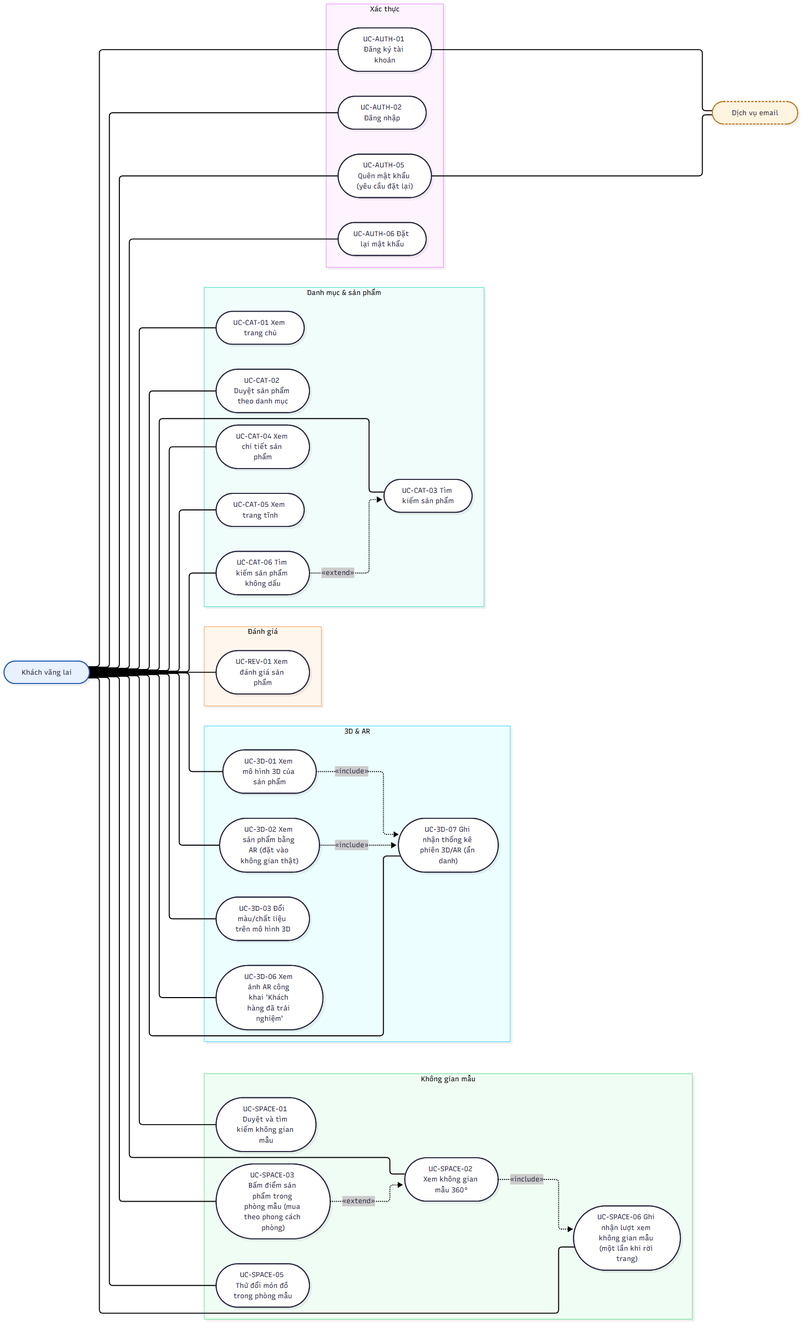
The Mermaid diagram docs/diagrams/png/usecase_khach-vang-lai.png in 2431540234-arch/XDUDTMDT, before a commit. Its source is kept beside it as docs/diagrams/src/usecase_khach-vang-lai.mmd.
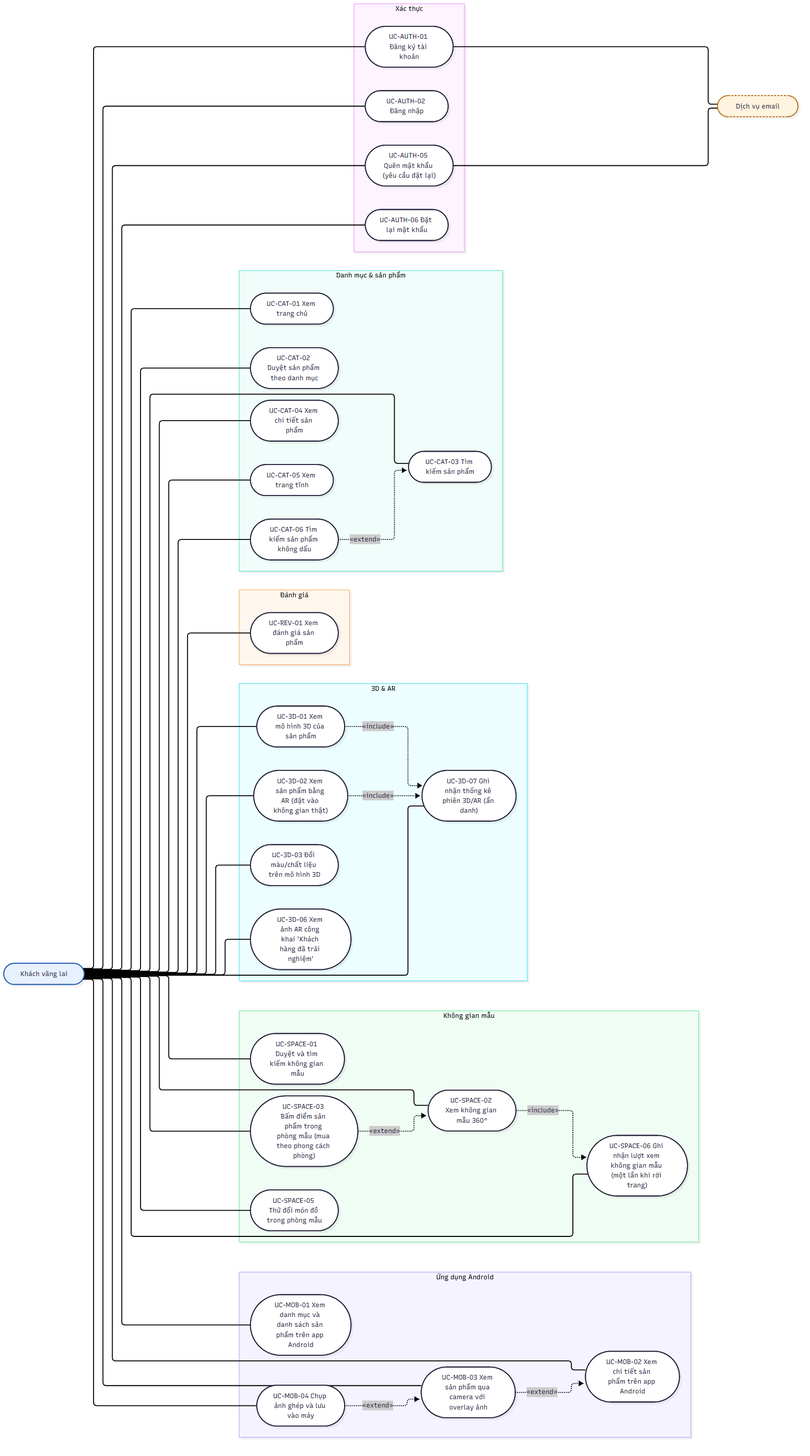
Later version of the same file.

Change to the diagram source:
```diff
@@ -32,6 +32,12 @@
         UC_SPACE_05(["UC-SPACE-05 Thử đổi món đồ trong phòng mẫu"])
         UC_SPACE_06(["UC-SPACE-06 Ghi nhận lượt xem không gian mẫu (một lần khi rời trang)"])
     end
+    subgraph SG_MOB["Ứng dụng Android"]
+        UC_MOB_01(["UC-MOB-01 Xem danh mục và danh sách sản phẩm trên app Android"])
+        UC_MOB_02(["UC-MOB-02 Xem chi tiết sản phẩm trên app Android"])
+        UC_MOB_03(["UC-MOB-03 Xem sản phẩm qua camera với overlay ảnh"])
+        UC_MOB_04(["UC-MOB-04 Chụp ảnh ghép và lưu vào máy"])
+    end
     K --- UC_AUTH_01
     K --- UC_AUTH_02
     K --- UC_AUTH_05
@@ -53,6 +59,10 @@
     K --- UC_SPACE_03
     K --- UC_SPACE_05
     K --- UC_SPACE_06
+    K --- UC_MOB_01
+    K --- UC_MOB_02
+    K --- UC_MOB_03
+    K --- UC_MOB_04
     UC_AUTH_01 --- EM
     UC_AUTH_05 --- EM
     UC_CAT_06 -. "«extend»" .-> UC_CAT_03
@@ -60,5 +70,7 @@
     UC_3D_02 -. "«include»" .-> UC_3D_07
     UC_SPACE_02 -. "«include»" .-> UC_SPACE_06
     UC_SPACE_03 -. "«extend»" .-> UC_SPACE_02
+    UC_MOB_03 -. "«extend»" .-> UC_MOB_02
+    UC_MOB_04 -. "«extend»" .-> UC_MOB_03
     classDef actor fill:#e8f1ff,stroke:#2b5fb4,stroke-width:2px
     classDef ext fill:#fff4e0,stroke:#b8761a,stroke-dasharray: 4 3
```
